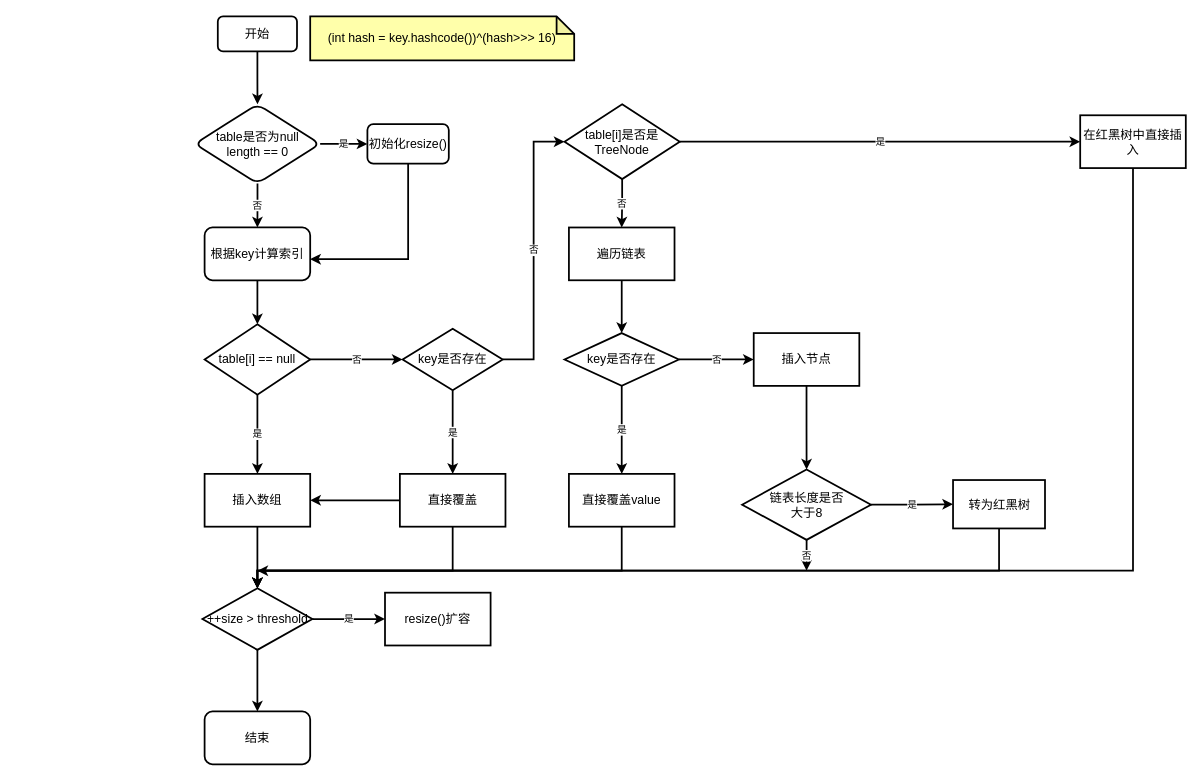
This is 后端/javaBase/Map-put.drawio from chinazzl/myNote, a draw.io file, before an edit. Source tidied: cells renumbered, new cells numbered last; positions are measured from the earlier drawing's top-left corner, leaving out a move shared by most shapes. Both pictures are drawn from the tidied source at 88%, with x=0, y=0 at pixel (194, 16).
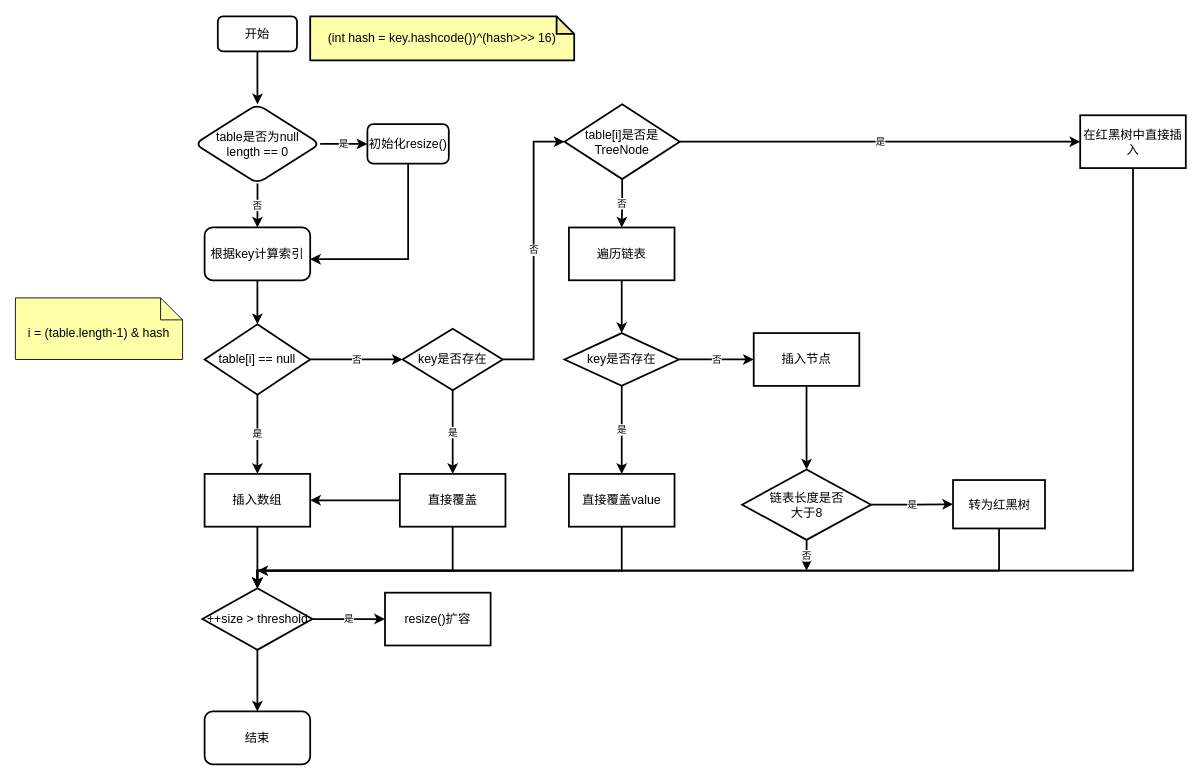
The same page after the edit.

Change to the diagram source:
```diff
@@
+    <mxCell id="47" value="i = (table.length-1) &amp;amp; hash" style="shape=note2;boundedLbl=1;whiteSpace=wrap;html=1;size=25;verticalAlign=top;align=center;fillColor=#FFFFAA;fontColor=#000000;fontSize=14;" parent="1" vertex="1">
+      <mxGeometry x="-204" y="320" width="190" height="70" as="geometry" />
+    </mxCell>
```
